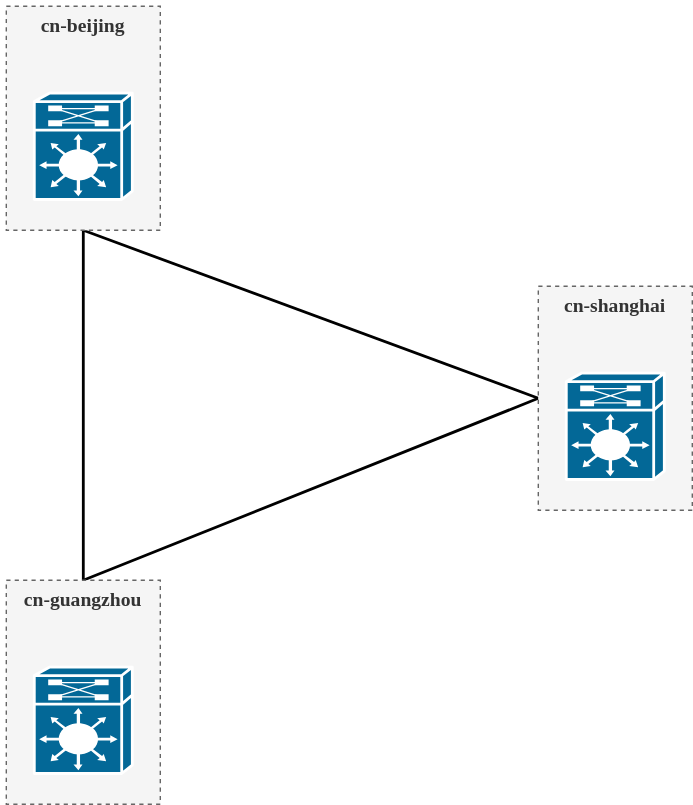
sameor/utils keeps this draw.io diagram as quota.drawio.svg. Above is the earlier version. Source tidied: cells renumbered, new cells last; positions are measured from the earlier drawing's top-left corner, leaving out a move shared by most shapes.
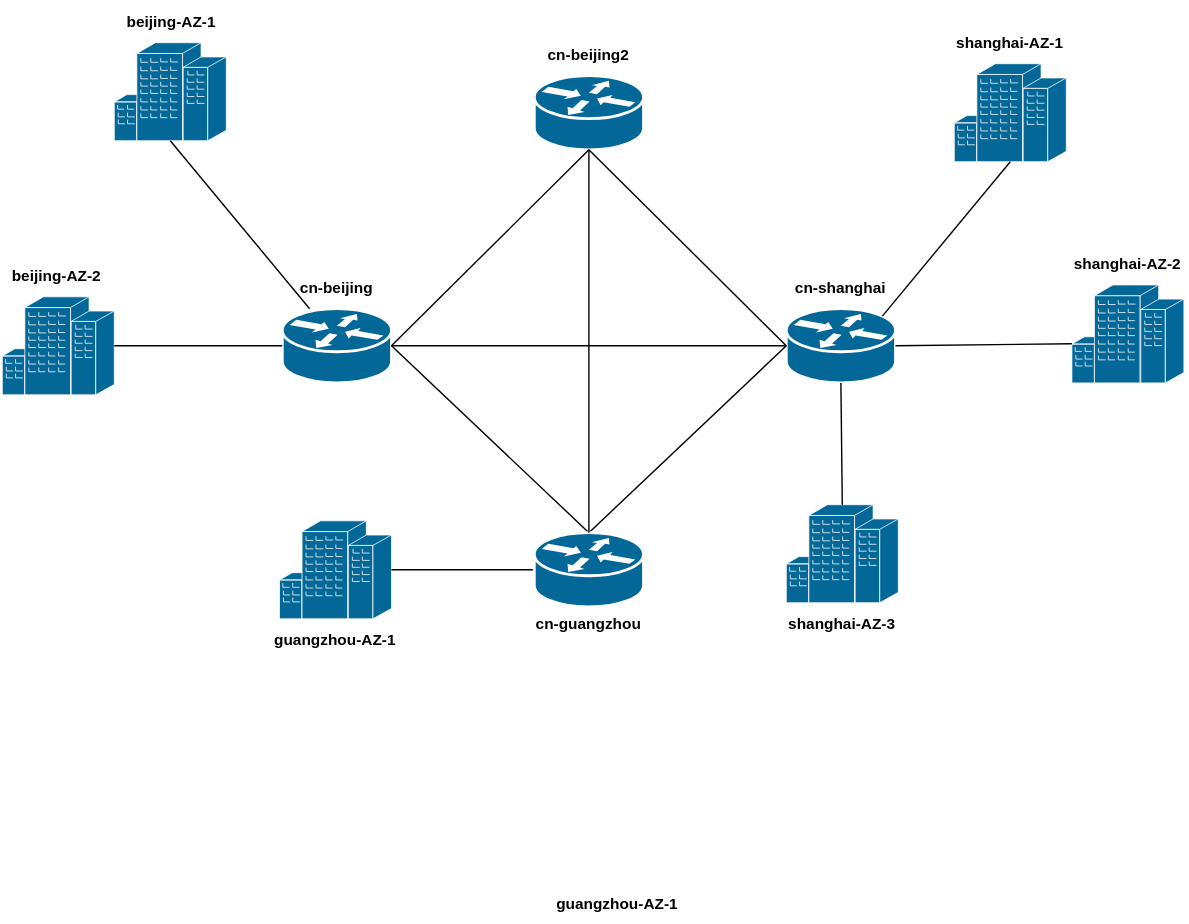
Later version of the same file.

Diff of the diagram source:
```diff
@@ -2,41 +2,113 @@
   <root>
     <mxCell id="0" />
     <mxCell id="1" parent="0" />
-    <mxCell id="2" style="edgeStyle=none;html=1;labelBackgroundColor=none;startFill=0;endArrow=none;endFill=0;strokeWidth=2;fontFamily=Verdana;fontSize=12;entryX=0;entryY=0.5;entryDx=0;entryDy=0;exitX=0.5;exitY=1;exitDx=0;exitDy=0;" parent="1" edge="1" source="6" target="9">
-      <mxGeometry relative="1" as="geometry" />
-    </mxCell>
-    <mxCell id="3" style="edgeStyle=none;html=1;labelBackgroundColor=none;startFill=0;endArrow=none;endFill=0;strokeWidth=2;fontFamily=Verdana;fontSize=12;exitX=0.5;exitY=1;exitDx=0;exitDy=0;entryX=0.5;entryY=0;entryDx=0;entryDy=0;" parent="1" edge="1" source="6" target="12">
-      <mxGeometry relative="1" as="geometry" />
-    </mxCell>
-    <mxCell id="4" style="edgeStyle=none;html=1;labelBackgroundColor=none;startFill=0;endArrow=none;endFill=0;strokeWidth=2;fontFamily=Verdana;fontSize=12;entryX=0;entryY=0.5;entryDx=0;entryDy=0;exitX=0.5;exitY=0;exitDx=0;exitDy=0;" parent="1" edge="1" source="12" target="9">
-      <mxGeometry relative="1" as="geometry" />
-    </mxCell>
-    <mxCell id="5" style="group;rounded=1;glass=1;shadow=1;" parent="1" vertex="1">
-      <mxGeometry width="110" height="160" as="geometry" />
-    </mxCell>
+    <mxCell id="14" style="group;" parent="1" vertex="1">
+      <mxGeometry y="90" width="78" height="83" as="geometry" />
+    </mxCell>
+    <mxCell id="15" style="shape=mxgraph.cisco.routers.router;sketch=0;html=1;dashed=0;fillColor=#036897;strokeColor=#ffffff;strokeWidth=2;verticalLabelPosition=bottom;verticalAlign=top;align=center;outlineConnect=0;" parent="14" vertex="1">
+      <mxGeometry y="30" width="78" height="53" as="geometry" />
+    </mxCell>
-    <mxCell id="6" value="cn-beijing" style="whiteSpace=wrap;html=1;rounded=0;shadow=0;comic=0;strokeWidth=1;fontFamily=Verdana;fontSize=14;fontStyle=1;verticalAlign=top;fillColor=#f5f5f5;fontColor=#333333;strokeColor=#666666;gradientColor=none;dashed=1;" parent="5" vertex="1">
-      <mxGeometry width="110" height="160" as="geometry" />
+    <mxCell id="6" value="&lt;b&gt;&lt;font style=&quot;font-size: 11px;&quot;&gt;cn-beijing&lt;/font&gt;&lt;/b&gt;" style="text;strokeColor=none;align=center;fillColor=none;html=1;verticalAlign=middle;whiteSpace=wrap;rounded=0;" parent="14" vertex="1">
+      <mxGeometry width="78" height="30" as="geometry" />
     </mxCell>
-    <mxCell id="7" style="shape=mxgraph.cisco.misc.route_switch_processor;html=1;dashed=0;fillColor=#036897;strokeColor=#ffffff;strokeWidth=2;verticalLabelPosition=bottom;verticalAlign=top;rounded=0;shadow=0;comic=0;fontFamily=Verdana;fontSize=12;" parent="5" vertex="1">
-      <mxGeometry x="20" y="62" width="70" height="76" as="geometry" />
-    </mxCell>
-    <mxCell id="8" style="group;" parent="1" vertex="1">
-      <mxGeometry x="380" y="200" width="110" height="160" as="geometry" />
-    </mxCell>
+    <mxCell id="16" style="group;" parent="1" vertex="1">
+      <mxGeometry x="360" y="90" width="78" height="83" as="geometry" />
+    </mxCell>
+    <mxCell id="17" style="shape=mxgraph.cisco.routers.router;sketch=0;html=1;dashed=0;fillColor=#036897;strokeColor=#ffffff;strokeWidth=2;verticalLabelPosition=bottom;verticalAlign=top;align=center;outlineConnect=0;" parent="16" vertex="1">
+      <mxGeometry y="30" width="78" height="53" as="geometry" />
+    </mxCell>
-    <mxCell id="9" value="cn-shanghai" style="whiteSpace=wrap;html=1;rounded=0;shadow=0;comic=0;strokeWidth=1;fontFamily=Verdana;fontSize=14;fontStyle=1;verticalAlign=top;fillColor=#f5f5f5;fontColor=#333333;strokeColor=#666666;gradientColor=none;dashed=1;" parent="8" vertex="1">
-      <mxGeometry width="110" height="160" as="geometry" />
+    <mxCell id="9" value="&lt;b&gt;&lt;font style=&quot;font-size: 11px;&quot;&gt;cn-shanghai&lt;/font&gt;&lt;/b&gt;" style="text;strokeColor=none;align=center;fillColor=none;html=1;verticalAlign=middle;whiteSpace=wrap;rounded=0;" parent="16" vertex="1">
+      <mxGeometry width="78" height="30" as="geometry" />
     </mxCell>
-    <mxCell id="10" style="shape=mxgraph.cisco.misc.route_switch_processor;html=1;dashed=0;fillColor=#036897;strokeColor=#ffffff;strokeWidth=2;verticalLabelPosition=bottom;verticalAlign=top;rounded=0;shadow=0;comic=0;fontFamily=Verdana;fontSize=12;" parent="8" vertex="1">
-      <mxGeometry x="20" y="62" width="70" height="76" as="geometry" />
-    </mxCell>
-    <mxCell id="11" style="group;" parent="1" vertex="1">
-      <mxGeometry y="410" width="110" height="160" as="geometry" />
-    </mxCell>
+    <mxCell id="18" style="endArrow=none;html=1;rounded=0;exitX=1;exitY=0.5;exitDx=0;exitDy=0;exitPerimeter=0;entryX=0.5;entryY=0;entryDx=0;entryDy=0;entryPerimeter=0;" parent="1" edge="1" source="15" target="44">
+      <mxGeometry relative="1" as="geometry" />
+    </mxCell>
+    <mxCell id="19" style="endArrow=none;html=1;rounded=0;exitX=1;exitY=0.5;exitDx=0;exitDy=0;exitPerimeter=0;entryX=0;entryY=0.5;entryDx=0;entryDy=0;entryPerimeter=0;" parent="1" edge="1" source="15" target="17">
+      <mxGeometry relative="1" as="geometry" />
+    </mxCell>
+    <mxCell id="20" style="endArrow=none;html=1;rounded=0;entryX=0;entryY=0.5;entryDx=0;entryDy=0;entryPerimeter=0;exitX=0.5;exitY=0;exitDx=0;exitDy=0;exitPerimeter=0;" parent="1" edge="1" source="44" target="17">
+      <mxGeometry relative="1" as="geometry" />
+    </mxCell>
+    <mxCell id="21" style="shape=mxgraph.cisco.buildings.generic_building;sketch=0;html=1;dashed=0;fillColor=#036897;strokeColor=#ffffff;strokeWidth=2;verticalLabelPosition=bottom;verticalAlign=top;align=center;outlineConnect=0;" parent="1" vertex="1">
+      <mxGeometry x="-200" y="111.5" width="80" height="70" as="geometry" />
+    </mxCell>
+    <mxCell id="22" value="&lt;b&gt;&lt;font style=&quot;font-size: 11px;&quot;&gt;beijing-AZ-2&lt;/font&gt;&lt;/b&gt;" style="text;strokeColor=none;align=center;fillColor=none;html=1;verticalAlign=middle;whiteSpace=wrap;rounded=0;" parent="1" vertex="1">
+      <mxGeometry x="-200" y="81.5" width="78" height="30" as="geometry" />
+    </mxCell>
+    <mxCell id="23" style="shape=mxgraph.cisco.buildings.generic_building;sketch=0;html=1;dashed=0;fillColor=#036897;strokeColor=#ffffff;strokeWidth=2;verticalLabelPosition=bottom;verticalAlign=top;align=center;outlineConnect=0;" parent="1" vertex="1">
+      <mxGeometry x="-120" y="-70" width="80" height="70" as="geometry" />
+    </mxCell>
+    <mxCell id="24" value="&lt;b&gt;&lt;font style=&quot;font-size: 11px;&quot;&gt;beijing-AZ-1&lt;/font&gt;&lt;/b&gt;" style="text;strokeColor=none;align=center;fillColor=none;html=1;verticalAlign=middle;whiteSpace=wrap;rounded=0;" parent="1" vertex="1">
+      <mxGeometry x="-118" y="-100" width="78" height="30" as="geometry" />
+    </mxCell>
+    <mxCell id="25" style="endArrow=none;html=1;rounded=0;exitX=0.5;exitY=1;exitDx=0;exitDy=0;exitPerimeter=0;entryX=0.25;entryY=1;entryDx=0;entryDy=0;" parent="1" edge="1" source="23" target="6">
+      <mxGeometry relative="1" as="geometry" />
+    </mxCell>
+    <mxCell id="26" style="endArrow=none;html=1;rounded=0;exitX=1;exitY=0.5;exitDx=0;exitDy=0;exitPerimeter=0;entryX=0;entryY=0.5;entryDx=0;entryDy=0;entryPerimeter=0;" parent="1" edge="1" source="21" target="15">
+      <mxGeometry relative="1" as="geometry" />
+    </mxCell>
+    <mxCell id="27" style="shape=mxgraph.cisco.buildings.generic_building;sketch=0;html=1;dashed=0;fillColor=#036897;strokeColor=#ffffff;strokeWidth=2;verticalLabelPosition=bottom;verticalAlign=top;align=center;outlineConnect=0;" parent="1" vertex="1">
+      <mxGeometry x="480" y="-55" width="80" height="70" as="geometry" />
+    </mxCell>
+    <mxCell id="28" value="&lt;b&gt;&lt;font style=&quot;font-size: 11px;&quot;&gt;shanghai-AZ-1&lt;/font&gt;&lt;/b&gt;" style="text;strokeColor=none;align=center;fillColor=none;html=1;verticalAlign=middle;whiteSpace=wrap;rounded=0;" parent="1" vertex="1">
+      <mxGeometry x="476" y="-85" width="88" height="30" as="geometry" />
+    </mxCell>
+    <mxCell id="29" style="shape=mxgraph.cisco.buildings.generic_building;sketch=0;html=1;dashed=0;fillColor=#036897;strokeColor=#ffffff;strokeWidth=2;verticalLabelPosition=bottom;verticalAlign=top;align=center;outlineConnect=0;" parent="1" vertex="1">
+      <mxGeometry x="564" y="103" width="80" height="70" as="geometry" />
+    </mxCell>
+    <mxCell id="30" value="&lt;b&gt;&lt;font style=&quot;font-size: 11px;&quot;&gt;shanghai-AZ-2&lt;/font&gt;&lt;/b&gt;" style="text;strokeColor=none;align=center;fillColor=none;html=1;verticalAlign=middle;whiteSpace=wrap;rounded=0;" parent="1" vertex="1">
+      <mxGeometry x="560" y="73" width="88" height="30" as="geometry" />
+    </mxCell>
+    <mxCell id="31" style="shape=mxgraph.cisco.buildings.generic_building;sketch=0;html=1;dashed=0;fillColor=#036897;strokeColor=#ffffff;strokeWidth=2;verticalLabelPosition=bottom;verticalAlign=top;align=center;outlineConnect=0;" parent="1" vertex="1">
+      <mxGeometry x="360" y="260" width="80" height="70" as="geometry" />
+    </mxCell>
+    <mxCell id="32" value="&lt;b&gt;&lt;font style=&quot;font-size: 11px;&quot;&gt;shanghai-AZ-3&lt;/font&gt;&lt;/b&gt;" style="text;strokeColor=none;align=center;fillColor=none;html=1;verticalAlign=middle;whiteSpace=wrap;rounded=0;" parent="1" vertex="1">
+      <mxGeometry x="356" y="330" width="88" height="30" as="geometry" />
+    </mxCell>
+    <mxCell id="33" style="shape=mxgraph.cisco.buildings.generic_building;sketch=0;html=1;dashed=0;fillColor=#036897;strokeColor=#ffffff;strokeWidth=2;verticalLabelPosition=bottom;verticalAlign=top;align=center;outlineConnect=0;" parent="1" vertex="1">
+      <mxGeometry x="-2" y="271.5" width="80" height="70" as="geometry" />
+    </mxCell>
+    <mxCell id="34" value="&lt;b&gt;&lt;font style=&quot;font-size: 11px;&quot;&gt;guangzhou-AZ-1&lt;/font&gt;&lt;/b&gt;" style="text;strokeColor=none;align=center;fillColor=none;html=1;verticalAlign=middle;whiteSpace=wrap;rounded=0;" parent="1" vertex="1">
+      <mxGeometry x="191.5" y="530" width="95" height="30" as="geometry" />
+    </mxCell>
+    <mxCell id="35" style="endArrow=none;html=1;rounded=0;exitX=1;exitY=0.5;exitDx=0;exitDy=0;exitPerimeter=0;" parent="1" edge="1" source="33" target="44">
+      <mxGeometry relative="1" as="geometry" />
+    </mxCell>
+    <mxCell id="36" style="endArrow=none;html=1;rounded=0;exitX=0.5;exitY=0;exitDx=0;exitDy=0;exitPerimeter=0;entryX=0.5;entryY=1;entryDx=0;entryDy=0;entryPerimeter=0;" parent="1" edge="1" source="31" target="17">
+      <mxGeometry relative="1" as="geometry" />
+    </mxCell>
+    <mxCell id="37" style="endArrow=none;html=1;rounded=0;exitX=0;exitY=0.6;exitDx=0;exitDy=0;exitPerimeter=0;entryX=1;entryY=0.5;entryDx=0;entryDy=0;entryPerimeter=0;" parent="1" edge="1" source="29" target="17">
+      <mxGeometry relative="1" as="geometry" />
+    </mxCell>
+    <mxCell id="38" style="endArrow=none;html=1;rounded=0;exitX=0.88;exitY=0.1;exitDx=0;exitDy=0;exitPerimeter=0;entryX=0.5;entryY=1;entryDx=0;entryDy=0;entryPerimeter=0;" parent="1" edge="1" source="17" target="27">
+      <mxGeometry relative="1" as="geometry" />
+    </mxCell>
+    <mxCell id="39" style="group;" parent="1" vertex="1">
+      <mxGeometry x="180" y="-76.5" width="78" height="83" as="geometry" />
+    </mxCell>
+    <mxCell id="40" style="shape=mxgraph.cisco.routers.router;sketch=0;html=1;dashed=0;fillColor=#036897;strokeColor=#ffffff;strokeWidth=2;verticalLabelPosition=bottom;verticalAlign=top;align=center;outlineConnect=0;" parent="39" vertex="1">
+      <mxGeometry y="30" width="78" height="53" as="geometry" />
+    </mxCell>
+    <mxCell id="41" value="&lt;b&gt;&lt;font style=&quot;font-size: 11px;&quot;&gt;cn-beijing2&lt;/font&gt;&lt;/b&gt;" style="text;strokeColor=none;align=center;fillColor=none;html=1;verticalAlign=middle;whiteSpace=wrap;rounded=0;" parent="39" vertex="1">
+      <mxGeometry width="78" height="30" as="geometry" />
+    </mxCell>
+    <mxCell id="42" style="endArrow=none;html=1;rounded=0;exitX=1;exitY=0.5;exitDx=0;exitDy=0;exitPerimeter=0;entryX=0.5;entryY=1;entryDx=0;entryDy=0;entryPerimeter=0;" parent="1" edge="1" source="15" target="40">
+      <mxGeometry relative="1" as="geometry" />
+    </mxCell>
+    <mxCell id="43" style="endArrow=none;html=1;rounded=0;entryX=0.5;entryY=1;entryDx=0;entryDy=0;entryPerimeter=0;exitX=0;exitY=0.5;exitDx=0;exitDy=0;exitPerimeter=0;" parent="1" edge="1" source="17" target="40">
+      <mxGeometry relative="1" as="geometry" />
+    </mxCell>
+    <mxCell id="44" style="shape=mxgraph.cisco.routers.router;sketch=0;html=1;dashed=0;fillColor=#036897;strokeColor=#ffffff;strokeWidth=2;verticalLabelPosition=bottom;verticalAlign=top;align=center;outlineConnect=0;" parent="1" vertex="1">
+      <mxGeometry x="180" y="280" width="78" height="53" as="geometry" />
+    </mxCell>
-    <mxCell id="12" value="cn-guangzhou" style="whiteSpace=wrap;html=1;rounded=0;shadow=0;comic=0;strokeWidth=1;fontFamily=Verdana;fontSize=14;fontStyle=1;verticalAlign=top;fillColor=#f5f5f5;fontColor=#333333;strokeColor=#666666;gradientColor=none;dashed=1;" parent="11" vertex="1">
-      <mxGeometry width="110" height="160" as="geometry" />
+    <mxCell id="12" value="&lt;b&gt;&lt;font style=&quot;font-size: 11px;&quot;&gt;cn-guangzhou&lt;/font&gt;&lt;/b&gt;" style="text;strokeColor=none;align=center;fillColor=none;html=1;verticalAlign=middle;whiteSpace=wrap;rounded=0;" parent="1" vertex="1">
+      <mxGeometry x="180" y="330" width="78" height="30" as="geometry" />
     </mxCell>
-    <mxCell id="13" style="shape=mxgraph.cisco.misc.route_switch_processor;html=1;dashed=0;fillColor=#036897;strokeColor=#ffffff;strokeWidth=2;verticalLabelPosition=bottom;verticalAlign=top;rounded=0;shadow=0;comic=0;fontFamily=Verdana;fontSize=12;" parent="11" vertex="1">
-      <mxGeometry x="20" y="62" width="70" height="76" as="geometry" />
-    </mxCell>
+    <mxCell id="45" style="endArrow=none;html=1;rounded=0;entryX=0.5;entryY=1;entryDx=0;entryDy=0;entryPerimeter=0;exitX=0.5;exitY=0;exitDx=0;exitDy=0;exitPerimeter=0;" parent="1" edge="1" source="44" target="40">
+      <mxGeometry relative="1" as="geometry" />
+    </mxCell>
+    <mxCell id="46" value="&lt;b&gt;&lt;font style=&quot;font-size: 11px;&quot;&gt;guangzhou-AZ-1&lt;/font&gt;&lt;/b&gt;" style="text;strokeColor=none;align=center;fillColor=none;html=1;verticalAlign=middle;whiteSpace=wrap;rounded=0;" parent="1" vertex="1">
+      <mxGeometry x="-7" y="341.5" width="90" height="30" as="geometry" />
+    </mxCell>
   </root>
 </mxGraphModel>
```
